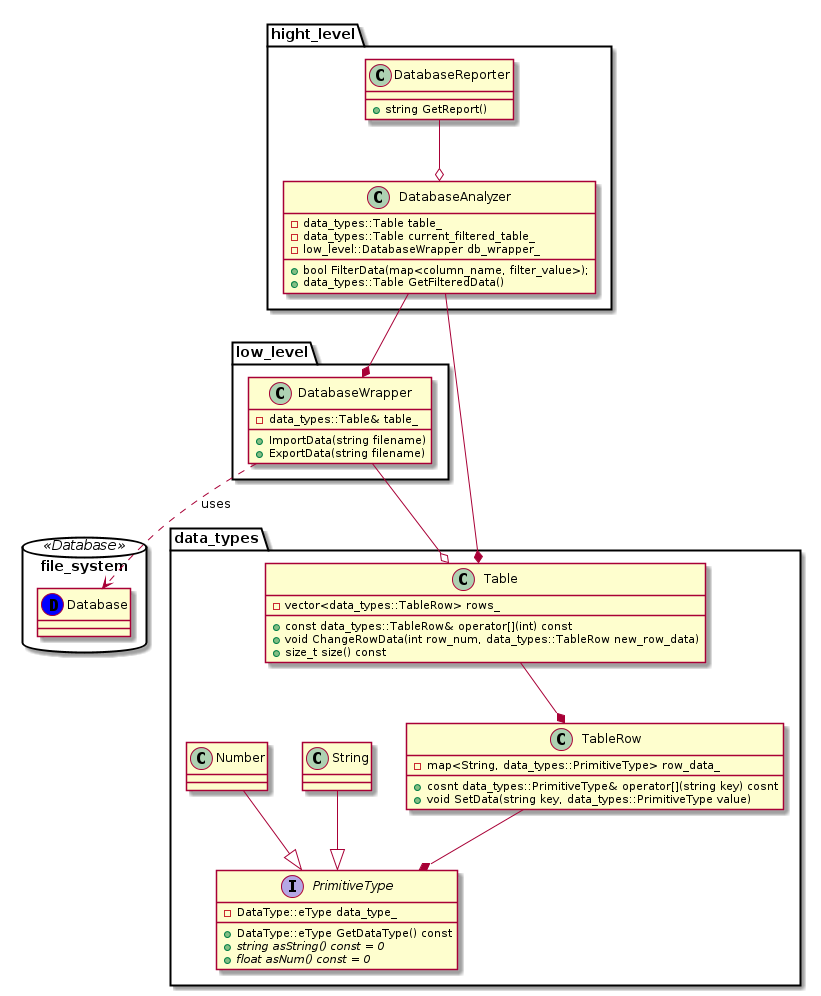
This is qt/DatabaseAnalyzer/docs/assets/classes_palntuml.png from Kozoriz/TrashProjects, a PlantUML export, as it was before one commit. Its diagram source:
```plantuml
@startuml

set namespaceSeparator ::

class hight_level::DatabaseReporter {
	+ string GetReport()
}

class hight_level::DatabaseAnalyzer {
	+ bool FilterData(map<column_name, filter_value>);
	+ data_types::Table GetFilteredData()

	- data_types::Table table_
	- data_types::Table current_filtered_table_

	- low_level::DatabaseWrapper db_wrapper_
}

class low_level::DatabaseWrapper {
	+ ImportData(string filename)
	+ ExportData(string filename)

	- data_types::Table& table_
}

namespace file_system <<Database>>	 {
	class Database << (D,#0000FF) >> {

	}
}

class data_types::Table {
	+ const data_types::TableRow& operator[](int) const
	+ void ChangeRowData(int row_num, data_types::TableRow new_row_data)
	+ size_t size() const

	- vector<data_types::TableRow> rows_
}

class data_types::TableRow {
	+ cosnt data_types::PrimitiveType& operator[](string key) cosnt
	+ void SetData(string key, data_types::PrimitiveType value)

	- map<String, data_types::PrimitiveType> row_data_
}

interface data_types::PrimitiveType {
			+ DataType::eType GetDataType() const
{abstract}	+ string asString() const = 0
{abstract}	+ float asNum() const = 0

	- DataType::eType data_type_
}



hight_level::DatabaseReporter --o hight_level::DatabaseAnalyzer

hight_level::DatabaseAnalyzer --* data_types::Table
hight_level::DatabaseAnalyzer --* low_level::DatabaseWrapper

low_level::DatabaseWrapper --o data_types::Table
low_level::DatabaseWrapper ..> file_system::Database : uses

data_types::Table --* data_types::TableRow

data_types::TableRow --* data_types::PrimitiveType

data_types::String --|> data_types::PrimitiveType
data_types::Number --|> data_types::PrimitiveType


@enduml
```
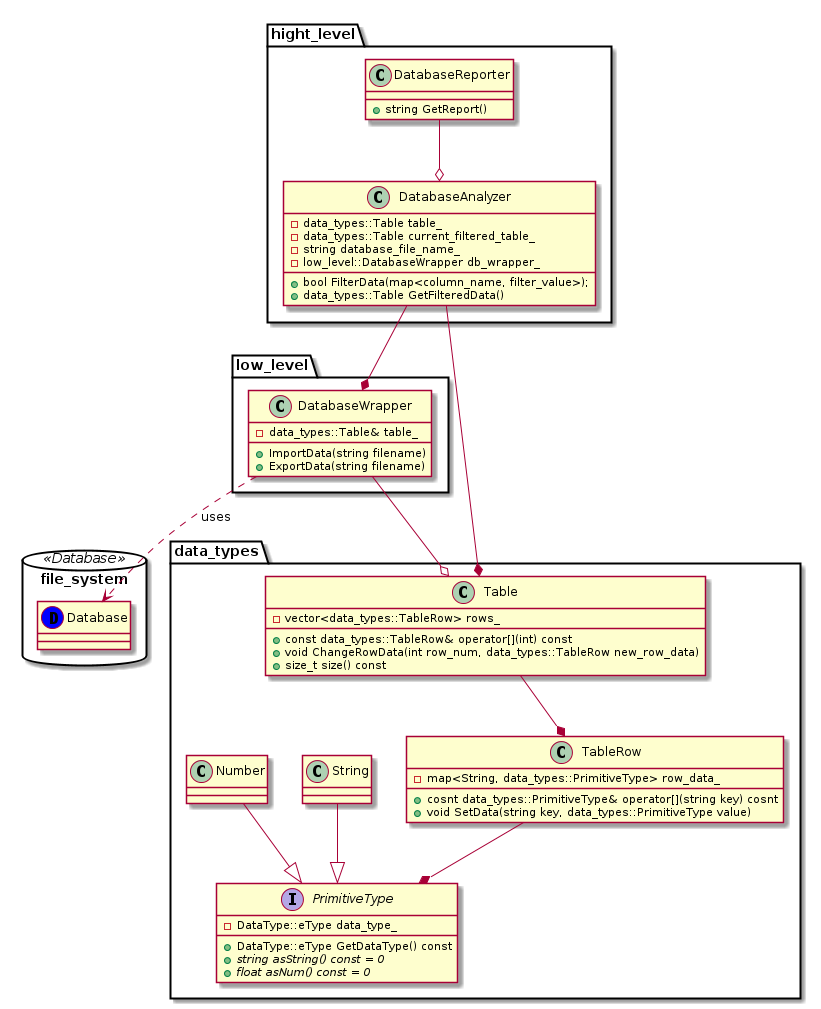
After the commit.

What changed in the source:
```diff
@@ -12,7 +12,7 @@
 
 	- data_types::Table table_
 	- data_types::Table current_filtered_table_
-
+	- string database_file_name_
 	- low_level::DatabaseWrapper db_wrapper_
 }
 
```
